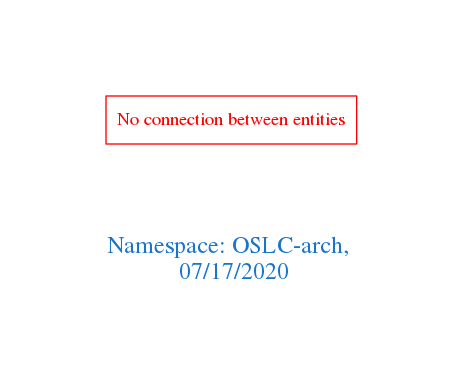
arago/OGIT keeps this Graphviz diagram as downloads/OSLC-arch.png. Above is the earlier version. Its source is kept beside it as downloads/OSLC-arch.dot.
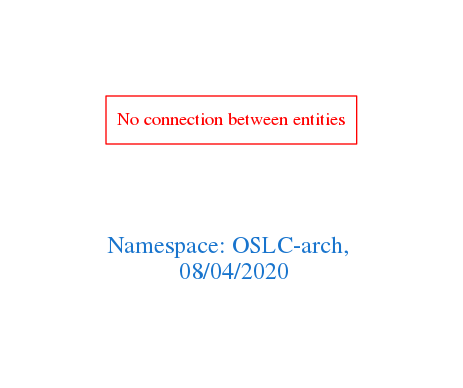
After the commit.

Diff of the diagram source:
```diff
@@ -1,7 +1,7 @@
 digraph OGIT_ontology {
  graph [ rankdir= LR,pad=1
 fontsize = 18,
-fontcolor= dodgerblue3,label = "\n\n\nNamespace: OSLC-arch, \n 07/17/2020"];
+fontcolor= dodgerblue3,label = "\n\n\nNamespace: OSLC-arch, \n 08/04/2020"];
 node[shape=polygon];
 edge [  color="gray81"];
 
```
